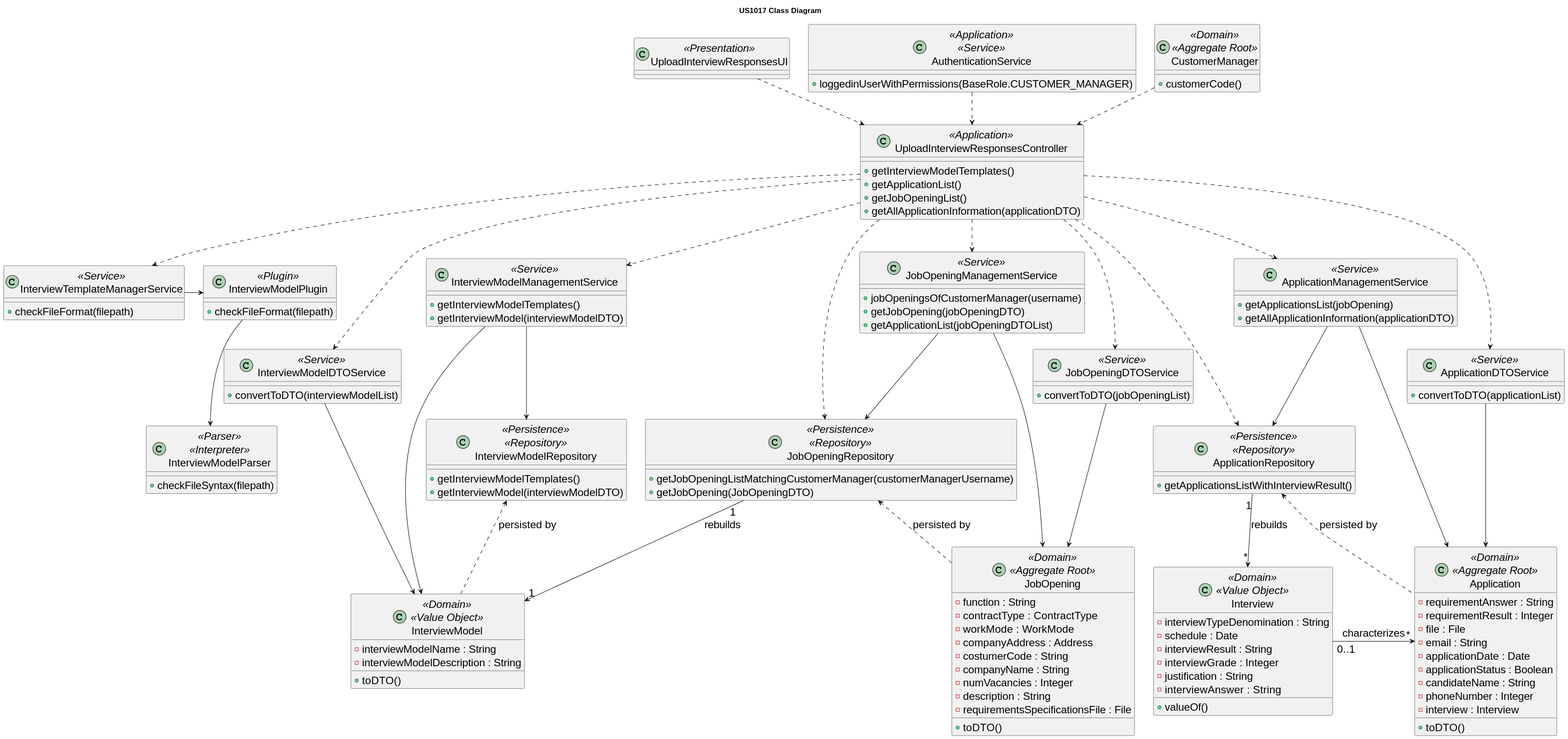
Earlier version of the PlantUML export docs/sprint-c/us_1017/CD/US1017_CD.svg (rita-barbosa/LAPR4-2324).
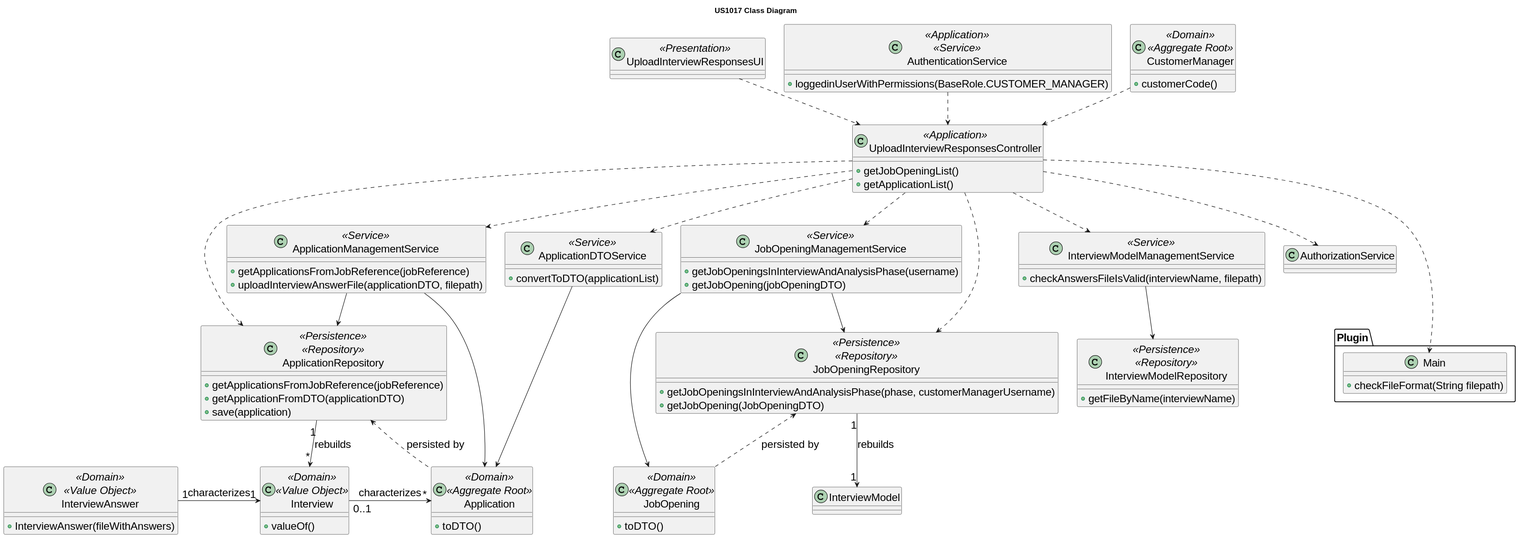
The same file after the commit.

What changed in the source:
```diff
@@ -6,52 +6,27 @@
     }
 
     class UploadInterviewResponsesController <<Application>> {
-        + getInterviewModelTemplates()
+        + getJobOpeningList()
         + getApplicationList()
-        + getJobOpeningList()
-        + getAllApplicationInformation(applicationDTO)
     }
 
 class JobOpeningManagementService <<Service>> {
-+ jobOpeningsOfCustomerManager(username)
+    + getJobOpeningsInInterviewAndAnalysisPhase(username)
     + getJobOpening(jobOpeningDTO)
-    + getApplicationList(jobOpeningDTOList)
 }
 
 class InterviewModelManagementService <<Service>> {
-    + getInterviewModelTemplates()
-    + getInterviewModel(interviewModelDTO)
-}
-
-class InterviewModelDTOService <<Service>> {
-    + convertToDTO(interviewModelList)
-}
-
-class JobOpeningDTOService <<Service>> {
-    + convertToDTO(jobOpeningList)
+    + checkAnswersFileIsValid(interviewName, filepath)
 }
 
 class ApplicationManagementService <<Service>> {
-    + getApplicationsList(jobOpening)
-    + getAllApplicationInformation(applicationDTO)
+    + getApplicationsFromJobReference(jobReference)
+    + uploadInterviewAnswerFile(applicationDTO, filepath)
 }
 
 class ApplicationDTOService <<Service>> {
     + convertToDTO(applicationList)
 }
-
-class InterviewTemplateManagerService <<Service>> {
-    + checkFileFormat(filepath)
-}
-
-class InterviewModelPlugin <<Plugin>> {
-    + checkFileFormat(filepath)
-}
-
-class InterviewModelParser <<Parser>> <<Interpreter>> {
-    + checkFileSyntax(filepath)
-}
-
 
     class AuthenticationService <<Application>> <<Service>> {
         + loggedinUserWithPermissions(BaseRole.CUSTOMER_MANAGER)
@@ -62,62 +37,42 @@
     }
 
     class JobOpening <<Domain>> <<Aggregate Root>> {
-        - function : String
-        - contractType : ContractType
-        - workMode : WorkMode
-        - companyAddress : Address
-        - costumerCode : String
-        - companyName : String
-        - numVacancies : Integer
-        - description : String
-        - requirementsSpecificationsFile : File
         + toDTO()
     }
 
     class Application <<Domain>> <<Aggregate Root>> {
-        - requirementAnswer : String
-        - requirementResult : Integer
-        - file : File
-        - email : String
-        - applicationDate : Date
-        - applicationStatus : Boolean
-        - candidateName : String
-        - phoneNumber : Integer
-        - interview : Interview
         + toDTO()
     }
 
     class Interview <<Domain>> <<Value Object>> {
-        - interviewTypeDenomination : String
-        - schedule : Date
-        - interviewResult : String
-        - interviewGrade : Integer
-        - justification : String
-        - interviewAnswer :  String
         + valueOf()
     }
 
-    class InterviewModel <<Domain>> <<Value Object>> {
-        - interviewModelName : String
-        - interviewModelDescription : String
-
-        + toDTO()
-    }
+    class InterviewAnswer <<Domain>> <<Value Object>> {
+            + InterviewAnswer(fileWithAnswers)
+        }
 
     class InterviewModelRepository <<Persistence>> <<Repository>> {
-        + getInterviewModelTemplates()
-        + getInterviewModel(interviewModelDTO)
+        + getFileByName(interviewName)
     }
 
     class JobOpeningRepository <<Persistence>> <<Repository>> {
-        + getJobOpeningListMatchingCustomerManager(customerManagerUsername)
+        + getJobOpeningsInInterviewAndAnalysisPhase(phase, customerManagerUsername)
         + getJobOpening(JobOpeningDTO)
     }
 
     class ApplicationRepository <<Persistence>> <<Repository>> {
-        + getApplicationsListWithInterviewResult()
+        + getApplicationsFromJobReference(jobReference)
+        + getApplicationFromDTO(applicationDTO)
+        + save(application)
     }
 
+
+package "Plugin" {
+    class Main {
+    + checkFileFormat(String filepath)
+    }
+}
 
 CustomerManager ..> UploadInterviewResponsesController
 UploadInterviewResponsesUI ..> UploadInterviewResponsesController
@@ -125,25 +80,18 @@
 UploadInterviewResponsesController ..> ApplicationRepository
 UploadInterviewResponsesController ..> ApplicationManagementService
 UploadInterviewResponsesController ..> JobOpeningManagementService
-UploadInterviewResponsesController ..> JobOpeningDTOService
 UploadInterviewResponsesController ..> ApplicationDTOService
 UploadInterviewResponsesController ..> InterviewModelManagementService
-UploadInterviewResponsesController ..> InterviewModelDTOService
-UploadInterviewResponsesController ..> InterviewTemplateManagerService
-
+UploadInterviewResponsesController ..> AuthorizationService
 
 Interview "0..1" -> "*" Application : characterizes
+InterviewAnswer "1" -> "1" Interview : characterizes
 JobOpeningManagementService --> JobOpeningRepository
 JobOpeningManagementService --> JobOpening
 ApplicationManagementService --> Application
 ApplicationManagementService --> ApplicationRepository
 ApplicationDTOService --> Application
-JobOpeningDTOService --> JobOpening
-InterviewModelManagementService --> InterviewModel
 InterviewModelManagementService --> InterviewModelRepository
-InterviewModelDTOService --> InterviewModel
-InterviewTemplateManagerService -> InterviewModelPlugin
-InterviewModelPlugin --> InterviewModelParser
 
 
 JobOpeningRepository "1" --> "1" InterviewModel : rebuilds
@@ -152,7 +100,6 @@
 ApplicationRepository <.. Application : persisted by
 ApplicationRepository "1" --> "*" Interview : rebuilds
 
-InterviewModelRepository <.. InterviewModel : persisted by
-
 AuthenticationService ..> UploadInterviewResponsesController
+UploadInterviewResponsesController ...> Main
 @enduml
```
